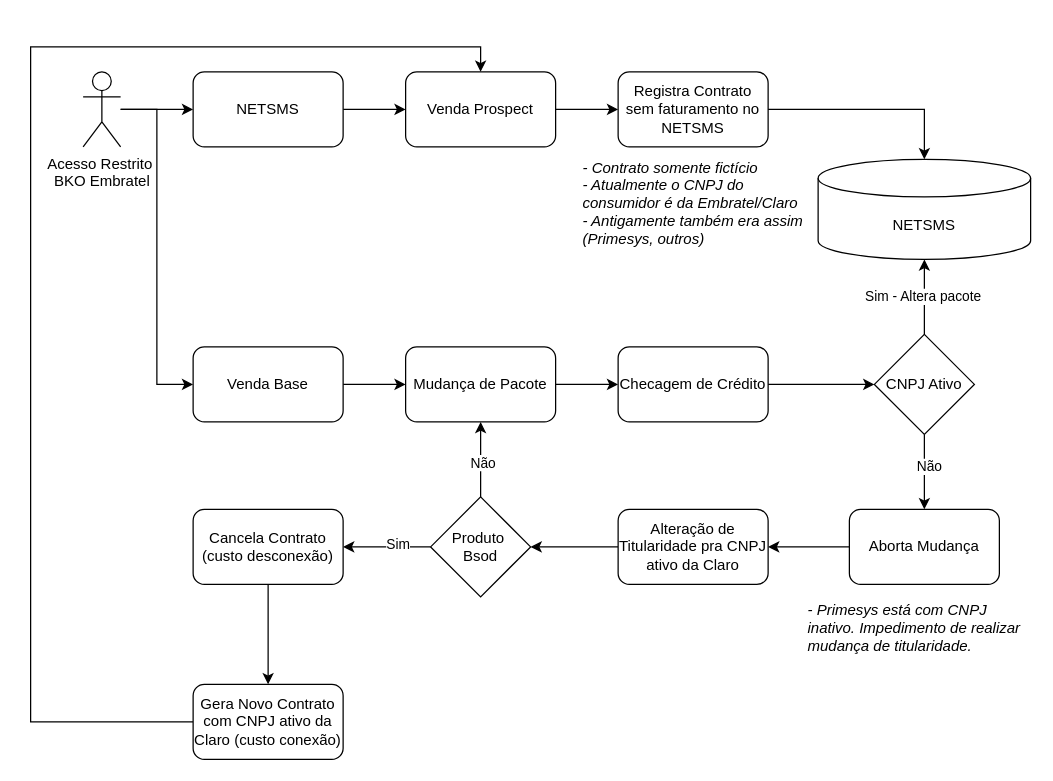
This is page "AS-IS" (1 of 2) of Alteração CNPJ PRIMESYS - BSoD NETSMS.drawio from samirali/ClaroBrasil, a draw.io file, before an edit. Source tidied: cells renumbered, new cells numbered last; positions are measured from the earlier drawing's top-left corner, leaving out a move shared by most shapes. Both pictures are drawn from the tidied source at 125%, with x=0, y=0 at pixel (30, 46).
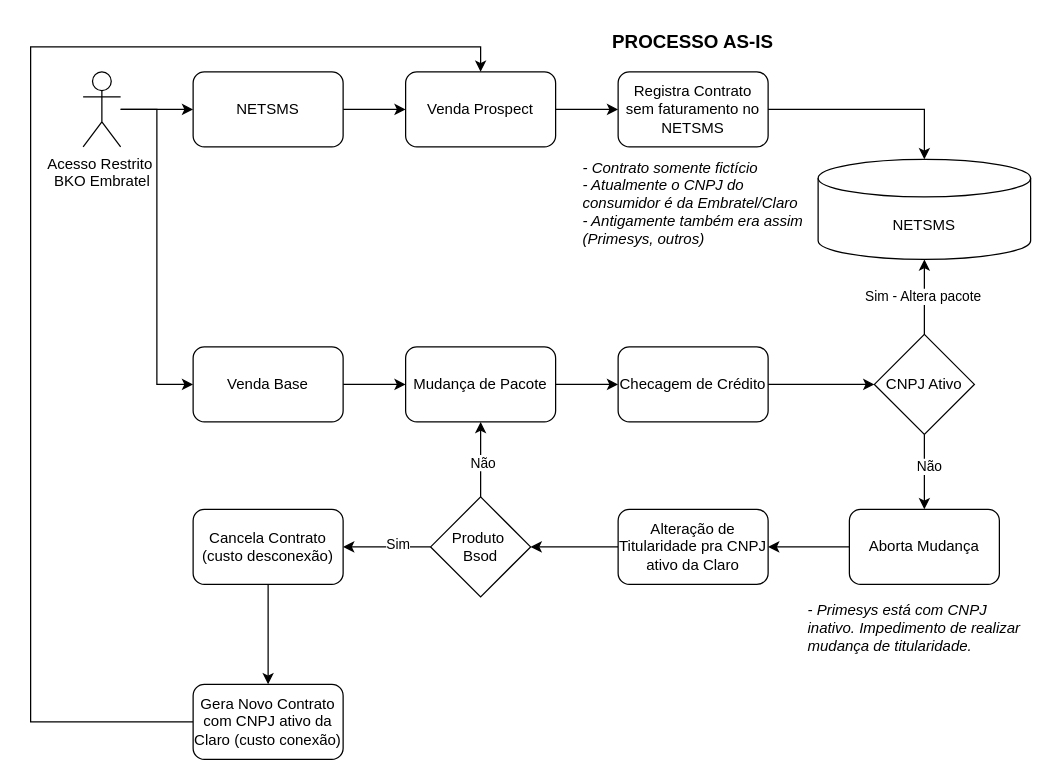
After the change.

What changed in the source:
```diff
@@
+    <mxCell id="38" value="PROCESSO AS-IS" style="text;html=1;align=center;verticalAlign=middle;whiteSpace=wrap;rounded=0;fontStyle=1;fontSize=15;" parent="1" vertex="1">
+      <mxGeometry x="405" y="-20" width="250" height="30" as="geometry" />
+    </mxCell>
```
